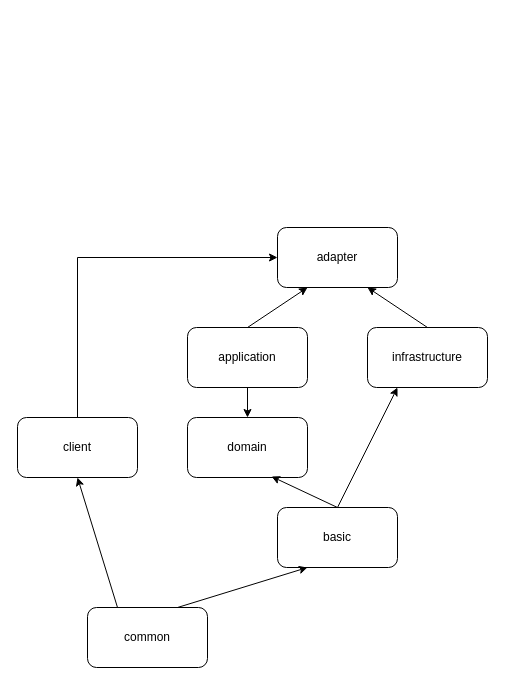
Earlier version of the draw.io diagram dependency-relation.drawio (chuanghou/milky). Source tidied: cells renumbered, new cells numbered last; positions are measured from the earlier drawing's top-left corner, leaving out a move shared by most shapes. Both pictures are drawn from the tidied source at 100%, with x=0, y=0 at pixel (17, 227).
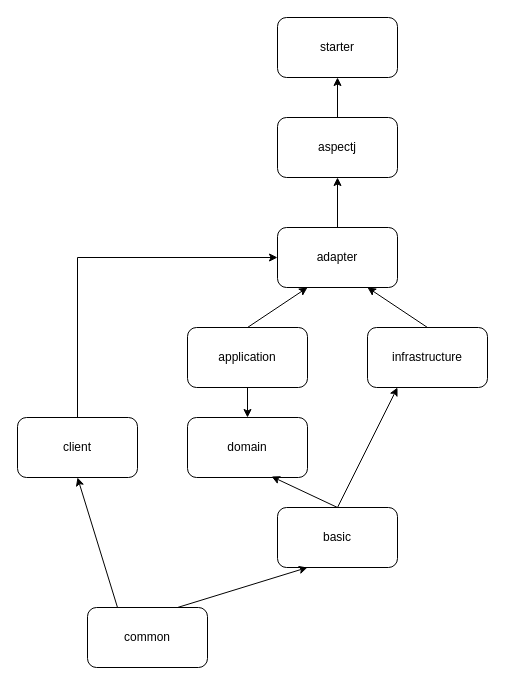
The same page after the edit.

The change refers to these unchanged cells:
```xml
<mxCell id="5" value="adapter" style="rounded=1;whiteSpace=wrap;html=1;" parent="1" vertex="1">
  <mxGeometry x="260" width="120" height="60" as="geometry" />
</mxCell>
```

Diff of the diagram source:
```diff
@@
+    <mxCell id="17" style="edgeStyle=orthogonalEdgeStyle;rounded=0;jettySize=auto;html=1;" parent="1" edge="1" source="18" target="19">
+      <mxGeometry relative="1" as="geometry" />
+    </mxCell>
+    <mxCell id="18" value="aspectj" style="rounded=1;whiteSpace=wrap;html=1;" parent="1" vertex="1">
+      <mxGeometry x="260" y="-110" width="120" height="60" as="geometry" />
+    </mxCell>
+    <mxCell id="19" value="starter" style="rounded=1;whiteSpace=wrap;html=1;" parent="1" vertex="1">
+      <mxGeometry x="260" y="-210" width="120" height="60" as="geometry" />
+    </mxCell>
+    <mxCell id="20" style="edgeStyle=orthogonalEdgeStyle;rounded=0;jettySize=auto;html=1;exitX=0.5;exitY=0;exitDx=0;exitDy=0;" parent="1" edge="1" source="5">
+      <mxGeometry relative="1" as="geometry">
+        <mxPoint x="320" y="-50" as="targetPoint" />
+      </mxGeometry>
+    </mxCell>
```
